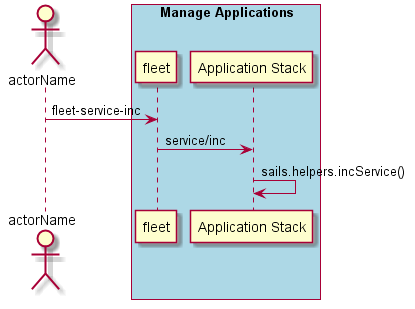
Above: docs/UseCases/Manage-Applications/Increment-Service-Replicas.png in CAADE/fleet (PlantUML), before the change.
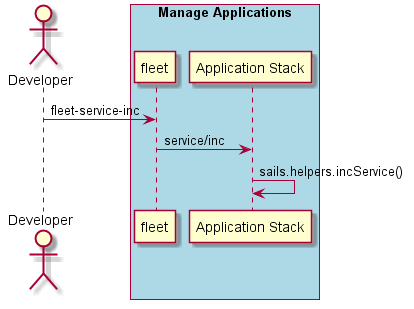
Above is the later version.

What changed in the source:
```diff
@@ -1,5 +1,5 @@
 @startuml
-Actor "actorName" as A
+Actor "Developer" as A
 
 box "Manage Applications" #lightblue
 participant "fleet" as S
```
